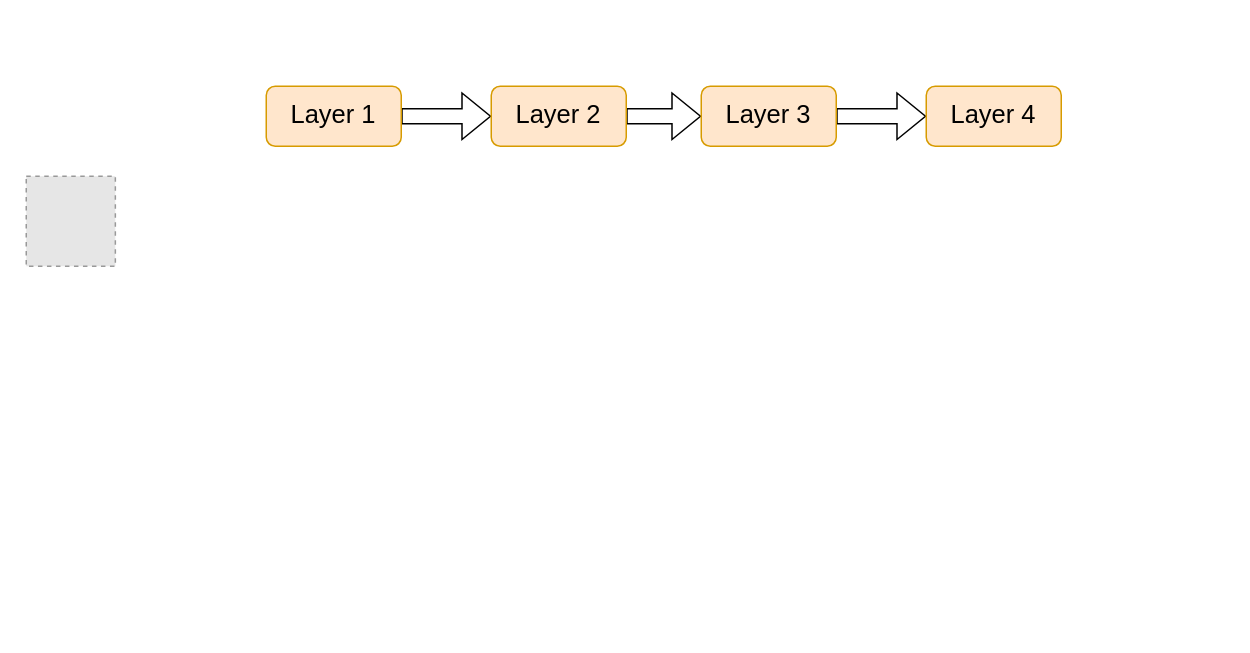
ppyyzlh/Distilled-DFD-Model keeps this draw.io diagram as drawio/未命名绘图.drawio. Above is the earlier version. Source tidied: cells renumbered, new cells numbered last; positions are measured from the earlier drawing's top-left corner, leaving out a move shared by most shapes. Both pictures are drawn from the tidied source at 150%, with x=0, y=0 at pixel (26, 86). Pictures stored in the file or linked from it are replaced by grey dashed boxes.
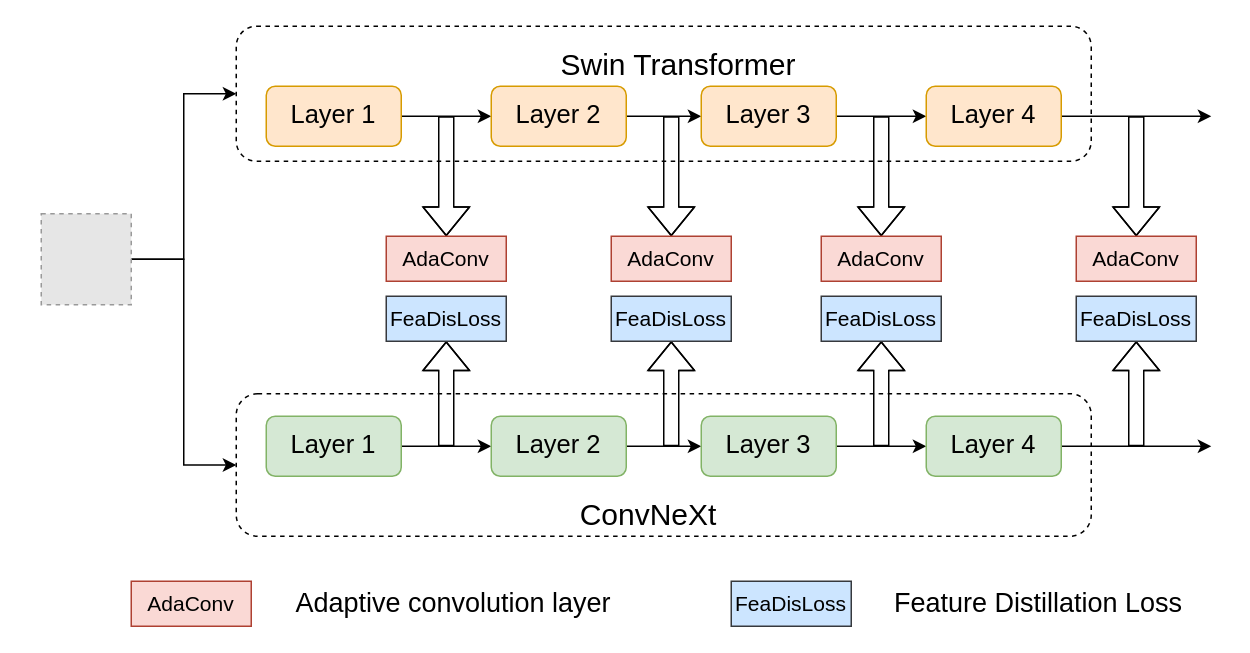
After the change.

Unchanged cells that the change refers to:
```xml
<mxCell id="4" value="Layer 1" style="rounded=1;whiteSpace=wrap;html=1;fontSize=17;fillColor=#ffe6cc;strokeColor=#d79b00;" parent="1" vertex="1">
  <mxGeometry x="160" width="90" height="40" as="geometry" />
</mxCell>
<mxCell id="6" value="Layer 2" style="rounded=1;whiteSpace=wrap;html=1;fontSize=17;fillColor=#ffe6cc;strokeColor=#d79b00;" parent="1" vertex="1">
  <mxGeometry x="310" width="90" height="40" as="geometry" />
</mxCell>
<mxCell id="8" value="Layer 3" style="rounded=1;whiteSpace=wrap;html=1;fontSize=17;fillColor=#ffe6cc;strokeColor=#d79b00;" parent="1" vertex="1">
  <mxGeometry x="450" width="90" height="40" as="geometry" />
</mxCell>
<mxCell id="9" value="Layer 4" style="rounded=1;whiteSpace=wrap;html=1;fontSize=17;fillColor=#ffe6cc;strokeColor=#d79b00;" parent="1" vertex="1">
  <mxGeometry x="600" width="90" height="40" as="geometry" />
</mxCell>
```

Diff of the diagram source:
```diff
@@
+    <mxCell id="10" style="rounded=1;whiteSpace=wrap;html=1;dashed=1;" parent="1" vertex="1">
+      <mxGeometry x="140" y="205" width="570" height="95" as="geometry" />
+    </mxCell>
+    <mxCell id="11" style="rounded=1;whiteSpace=wrap;html=1;dashed=1;" parent="1" vertex="1">
+      <mxGeometry x="140" y="-40" width="570" height="90" as="geometry" />
+    </mxCell>
+    <mxCell id="12" style="edgeStyle=orthogonalEdgeStyle;rounded=0;jettySize=auto;html=1;entryX=0;entryY=0.5;entryDx=0;entryDy=0;" parent="1" edge="1" source="2" target="11">
+      <mxGeometry relative="1" as="geometry" />
+    </mxCell>
+    <mxCell id="13" style="edgeStyle=orthogonalEdgeStyle;rounded=0;jettySize=auto;html=1;entryX=0;entryY=0.5;entryDx=0;entryDy=0;" parent="1" edge="1" source="2" target="10">
+      <mxGeometry relative="1" as="geometry" />
+    </mxCell>
     <mxCell id="2" style="fillColor=#E6E6E6;strokeColor=#999999;dashed=1;verticalLabelPosition=bottom;labelBackgroundColor=default;verticalAlign=top;" parent="1" vertex="1">
-      <mxGeometry y="60" width="59.4" height="60" as="geometry" />
+      <mxGeometry x="10" y="85" width="60" height="60.6" as="geometry" />
     </mxCell>
-    <mxCell id="3" style="edgeStyle=orthogonalEdgeStyle;rounded=0;jettySize=auto;html=1;exitX=1;exitY=0.5;exitDx=0;exitDy=0;entryX=0;entryY=0.5;entryDx=0;entryDy=0;shape=flexArrow;" parent="1" edge="1" source="4" target="6">
+    <mxCell id="3" style="edgeStyle=orthogonalEdgeStyle;rounded=0;jettySize=auto;html=1;exitX=1;exitY=0.5;exitDx=0;exitDy=0;entryX=0;entryY=0.5;entryDx=0;entryDy=0;" parent="1" edge="1" source="4" target="6">
       <mxGeometry relative="1" as="geometry" />
     </mxCell>
@@
-    <mxCell id="5" style="edgeStyle=orthogonalEdgeStyle;rounded=0;jettySize=auto;html=1;exitX=1;exitY=0.5;exitDx=0;exitDy=0;entryX=0;entryY=0.5;entryDx=0;entryDy=0;shape=flexArrow;" parent="1" edge="1" source="6" target="8">
+    <mxCell id="5" style="edgeStyle=orthogonalEdgeStyle;rounded=0;jettySize=auto;html=1;exitX=1;exitY=0.5;exitDx=0;exitDy=0;entryX=0;entryY=0.5;entryDx=0;entryDy=0;" parent="1" edge="1" source="6" target="8">
       <mxGeometry relative="1" as="geometry" />
     </mxCell>
@@
-    <mxCell id="7" style="edgeStyle=orthogonalEdgeStyle;rounded=0;jettySize=auto;html=1;entryX=0;entryY=0.5;entryDx=0;entryDy=0;shape=flexArrow;" parent="1" edge="1" source="8" target="9">
+    <mxCell id="7" style="edgeStyle=orthogonalEdgeStyle;rounded=0;jettySize=auto;html=1;entryX=0;entryY=0.5;entryDx=0;entryDy=0;" parent="1" edge="1" source="8" target="9">
       <mxGeometry relative="1" as="geometry" />
     </mxCell>
@@
+    <mxCell id="14" style="edgeStyle=orthogonalEdgeStyle;rounded=0;jettySize=auto;html=1;exitX=1;exitY=0.5;exitDx=0;exitDy=0;" parent="1" edge="1" source="9">
+      <mxGeometry relative="1" as="geometry">
+        <mxPoint x="790" y="20" as="targetPoint" />
+      </mxGeometry>
+    </mxCell>
@@
+    <mxCell id="15" style="edgeStyle=orthogonalEdgeStyle;rounded=0;jettySize=auto;html=1;exitX=1;exitY=0.5;exitDx=0;exitDy=0;entryX=0;entryY=0.5;entryDx=0;entryDy=0;" parent="1" edge="1" source="16" target="18">
+      <mxGeometry relative="1" as="geometry" />
+    </mxCell>
+    <mxCell id="16" value="Layer 1" style="rounded=1;whiteSpace=wrap;html=1;fontSize=17;fillColor=#d5e8d4;strokeColor=#82b366;" parent="1" vertex="1">
+      <mxGeometry x="160" y="220" width="90" height="40" as="geometry" />
+    </mxCell>
+    <mxCell id="17" style="edgeStyle=orthogonalEdgeStyle;rounded=0;jettySize=auto;html=1;exitX=1;exitY=0.5;exitDx=0;exitDy=0;entryX=0;entryY=0.5;entryDx=0;entryDy=0;" parent="1" edge="1" source="18" target="20">
+      <mxGeometry relative="1" as="geometry" />
+    </mxCell>
+    <mxCell id="18" value="Layer 2" style="rounded=1;whiteSpace=wrap;html=1;fontSize=17;fillColor=#d5e8d4;strokeColor=#82b366;" parent="1" vertex="1">
+      <mxGeometry x="310" y="220" width="90" height="40" as="geometry" />
+    </mxCell>
+    <mxCell id="19" style="edgeStyle=orthogonalEdgeStyle;rounded=0;jettySize=auto;html=1;entryX=0;entryY=0.5;entryDx=0;entryDy=0;" parent="1" edge="1" source="20" target="22">
+      <mxGeometry relative="1" as="geometry" />
+    </mxCell>
+    <mxCell id="20" value="Layer 3" style="rounded=1;whiteSpace=wrap;html=1;fontSize=17;fillColor=#d5e8d4;strokeColor=#82b366;" parent="1" vertex="1">
+      <mxGeometry x="450" y="220" width="90" height="40" as="geometry" />
+    </mxCell>
+    <mxCell id="21" style="edgeStyle=orthogonalEdgeStyle;rounded=0;jettySize=auto;html=1;exitX=1;exitY=0.5;exitDx=0;exitDy=0;" parent="1" edge="1" source="22">
+      <mxGeometry relative="1" as="geometry">
+        <mxPoint x="790" y="240" as="targetPoint" />
+      </mxGeometry>
+    </mxCell>
+    <mxCell id="22" value="Layer 4" style="rounded=1;whiteSpace=wrap;html=1;fontSize=17;fillColor=#d5e8d4;strokeColor=#82b366;" parent="1" vertex="1">
+      <mxGeometry x="600" y="220" width="90" height="40" as="geometry" />
+    </mxCell>
+    <mxCell id="23" style="edgeStyle=orthogonalEdgeStyle;rounded=0;jettySize=auto;html=1;exitX=0.5;exitY=0;exitDx=0;exitDy=0;startArrow=block;startFill=0;shape=flexArrow;endArrow=none;endFill=0;" parent="1" edge="1" source="24">
+      <mxGeometry relative="1" as="geometry">
+        <mxPoint x="280" y="20" as="targetPoint" />
+      </mxGeometry>
+    </mxCell>
+    <mxCell id="24" value="AdaConv" style="rounded=0;whiteSpace=wrap;html=1;fillColor=#fad9d5;strokeColor=#ae4132;fontSize=14;" parent="1" vertex="1">
+      <mxGeometry x="240" y="100" width="80" height="30" as="geometry" />
+    </mxCell>
+    <mxCell id="25" style="edgeStyle=orthogonalEdgeStyle;rounded=0;jettySize=auto;html=1;exitX=0.5;exitY=0;exitDx=0;exitDy=0;startArrow=classic;startFill=1;shape=flexArrow;endArrow=none;endFill=0;" parent="1" edge="1" source="26">
+      <mxGeometry relative="1" as="geometry">
+        <mxPoint x="430" y="20" as="targetPoint" />
+      </mxGeometry>
+    </mxCell>
+    <mxCell id="26" value="AdaConv" style="rounded=0;whiteSpace=wrap;html=1;fillColor=#fad9d5;strokeColor=#ae4132;fontSize=14;" parent="1" vertex="1">
+      <mxGeometry x="390" y="100" width="80" height="30" as="geometry" />
+    </mxCell>
+    <mxCell id="27" style="edgeStyle=orthogonalEdgeStyle;rounded=0;jettySize=auto;html=1;exitX=0.5;exitY=0;exitDx=0;exitDy=0;startArrow=classic;startFill=1;shape=flexArrow;endArrow=none;endFill=0;" parent="1" edge="1" source="28">
+      <mxGeometry relative="1" as="geometry">
+        <mxPoint x="570" y="20" as="targetPoint" />
+      </mxGeometry>
+    </mxCell>
+    <mxCell id="28" value="AdaConv" style="rounded=0;whiteSpace=wrap;html=1;fillColor=#fad9d5;strokeColor=#ae4132;fontSize=14;" parent="1" vertex="1">
+      <mxGeometry x="530" y="100" width="80" height="30" as="geometry" />
+    </mxCell>
+    <mxCell id="29" style="edgeStyle=orthogonalEdgeStyle;rounded=0;jettySize=auto;html=1;exitX=0.5;exitY=0;exitDx=0;exitDy=0;startArrow=classic;startFill=1;shape=flexArrow;endArrow=none;endFill=0;" parent="1" edge="1" source="30">
+      <mxGeometry relative="1" as="geometry">
+        <mxPoint x="740" y="20" as="targetPoint" />
+      </mxGeometry>
+    </mxCell>
+    <mxCell id="30" value="AdaConv" style="rounded=0;whiteSpace=wrap;html=1;fillColor=#fad9d5;strokeColor=#ae4132;fontSize=14;" parent="1" vertex="1">
+      <mxGeometry x="700" y="100" width="80" height="30" as="geometry" />
+    </mxCell>
+    <mxCell id="31" style="edgeStyle=orthogonalEdgeStyle;rounded=0;jettySize=auto;html=1;exitX=0.5;exitY=1;exitDx=0;exitDy=0;shape=flexArrow;startArrow=block;endArrow=none;endFill=0;" parent="1" edge="1" source="32">
+      <mxGeometry relative="1" as="geometry">
+        <mxPoint x="280" y="240" as="targetPoint" />
+      </mxGeometry>
+    </mxCell>
+    <mxCell id="32" value="FeaDisLoss" style="rounded=0;whiteSpace=wrap;html=1;fillColor=#cce5ff;strokeColor=#36393d;fontSize=14;" parent="1" vertex="1">
+      <mxGeometry x="240" y="140" width="80" height="30" as="geometry" />
+    </mxCell>
+    <mxCell id="33" style="edgeStyle=orthogonalEdgeStyle;rounded=0;jettySize=auto;html=1;shape=flexArrow;startArrow=block;startFill=0;endArrow=none;endFill=0;" parent="1" edge="1" source="34">
+      <mxGeometry relative="1" as="geometry">
+        <mxPoint x="430" y="240" as="targetPoint" />
+      </mxGeometry>
+    </mxCell>
+    <mxCell id="34" value="FeaDisLoss" style="rounded=0;whiteSpace=wrap;html=1;fillColor=#cce5ff;strokeColor=#36393d;fontSize=14;" parent="1" vertex="1">
+      <mxGeometry x="390" y="140" width="80" height="30" as="geometry" />
+    </mxCell>
+    <mxCell id="35" style="edgeStyle=orthogonalEdgeStyle;rounded=0;jettySize=auto;html=1;exitX=0.5;exitY=1;exitDx=0;exitDy=0;shape=flexArrow;startArrow=block;startFill=0;endArrow=none;endFill=0;" parent="1" edge="1" source="36">
+      <mxGeometry relative="1" as="geometry">
+        <mxPoint x="570" y="240" as="targetPoint" />
+      </mxGeometry>
+    </mxCell>
+    <mxCell id="36" value="FeaDisLoss" style="rounded=0;whiteSpace=wrap;html=1;fillColor=#cce5ff;strokeColor=#36393d;fontSize=14;" parent="1" vertex="1">
+      <mxGeometry x="530" y="140" width="80" height="30" as="geometry" />
+    </mxCell>
+    <mxCell id="37" style="edgeStyle=orthogonalEdgeStyle;rounded=0;jettySize=auto;html=1;exitX=0.5;exitY=1;exitDx=0;exitDy=0;shape=flexArrow;startArrow=block;startFill=0;endArrow=none;endFill=0;" parent="1" edge="1" source="38">
+      <mxGeometry relative="1" as="geometry">
+        <mxPoint x="740" y="240" as="targetPoint" />
+      </mxGeometry>
+    </mxCell>
+    <mxCell id="38" value="FeaDisLoss" style="rounded=0;whiteSpace=wrap;html=1;fillColor=#cce5ff;strokeColor=#36393d;fontSize=14;" parent="1" vertex="1">
+      <mxGeometry x="700" y="140" width="80" height="30" as="geometry" />
+    </mxCell>
+    <mxCell id="39" value="&lt;font style=&quot;font-size: 20px;&quot;&gt;Swin Transformer&lt;/font&gt;" style="text;html=1;strokeColor=none;fillColor=none;align=center;verticalAlign=middle;whiteSpace=wrap;rounded=0;" parent="1" vertex="1">
+      <mxGeometry x="350" y="-30" width="170" height="30" as="geometry" />
+    </mxCell>
+    <mxCell id="40" value="&lt;font style=&quot;font-size: 20px;&quot;&gt;ConvNeXt&lt;/font&gt;" style="text;html=1;strokeColor=none;fillColor=none;align=center;verticalAlign=middle;whiteSpace=wrap;rounded=0;" parent="1" vertex="1">
+      <mxGeometry x="330" y="270" width="170" height="30" as="geometry" />
+    </mxCell>
+    <mxCell id="41" value="AdaConv" style="rounded=0;whiteSpace=wrap;html=1;fillColor=#fad9d5;strokeColor=#ae4132;fontSize=14;" parent="1" vertex="1">
+      <mxGeometry x="70" y="330" width="80" height="30" as="geometry" />
+    </mxCell>
+    <mxCell id="42" value="&lt;font style=&quot;font-size: 18px;&quot;&gt;Adaptive convolution layer&lt;/font&gt;" style="text;html=1;strokeColor=none;fillColor=none;align=center;verticalAlign=middle;whiteSpace=wrap;rounded=0;" parent="1" vertex="1">
+      <mxGeometry x="170" y="330" width="230" height="30" as="geometry" />
+    </mxCell>
+    <mxCell id="43" value="FeaDisLoss" style="rounded=0;whiteSpace=wrap;html=1;fillColor=#cce5ff;strokeColor=#36393d;fontSize=14;" parent="1" vertex="1">
+      <mxGeometry x="470" y="330" width="80" height="30" as="geometry" />
+    </mxCell>
+    <mxCell id="44" value="&lt;font style=&quot;font-size: 18px;&quot;&gt;Feature Distillation Loss&lt;/font&gt;" style="text;html=1;strokeColor=none;fillColor=none;align=center;verticalAlign=middle;whiteSpace=wrap;rounded=0;" parent="1" vertex="1">
+      <mxGeometry x="570" y="330" width="210" height="30" as="geometry" />
+    </mxCell>
```
